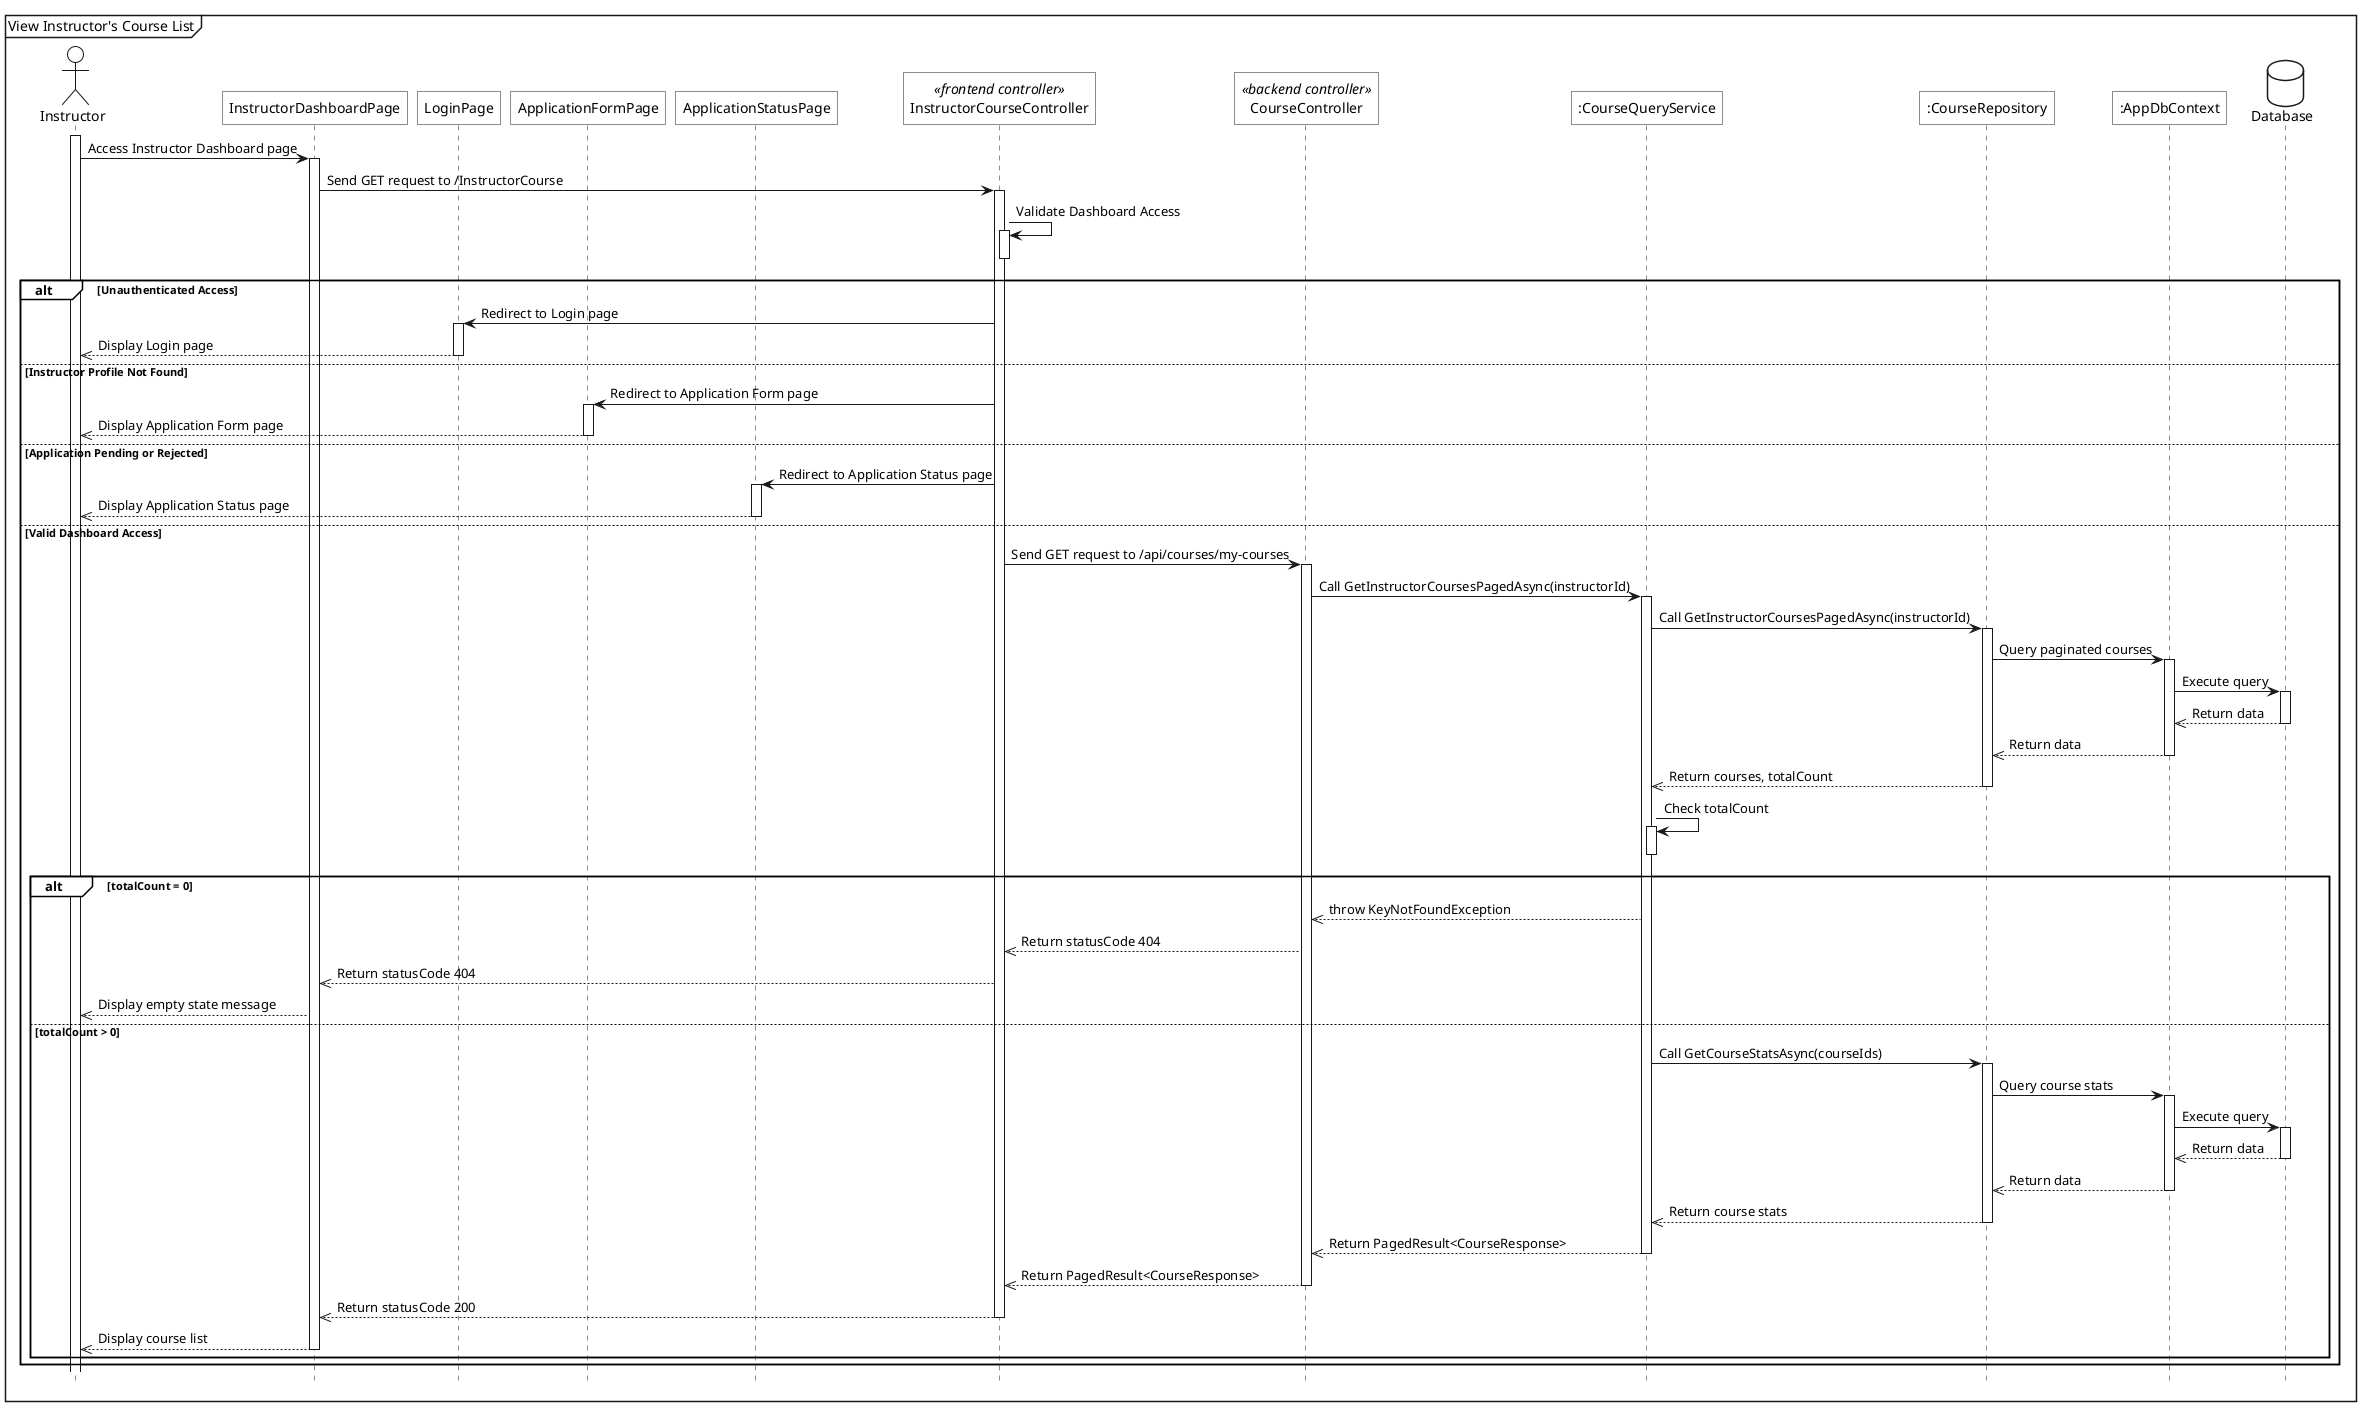
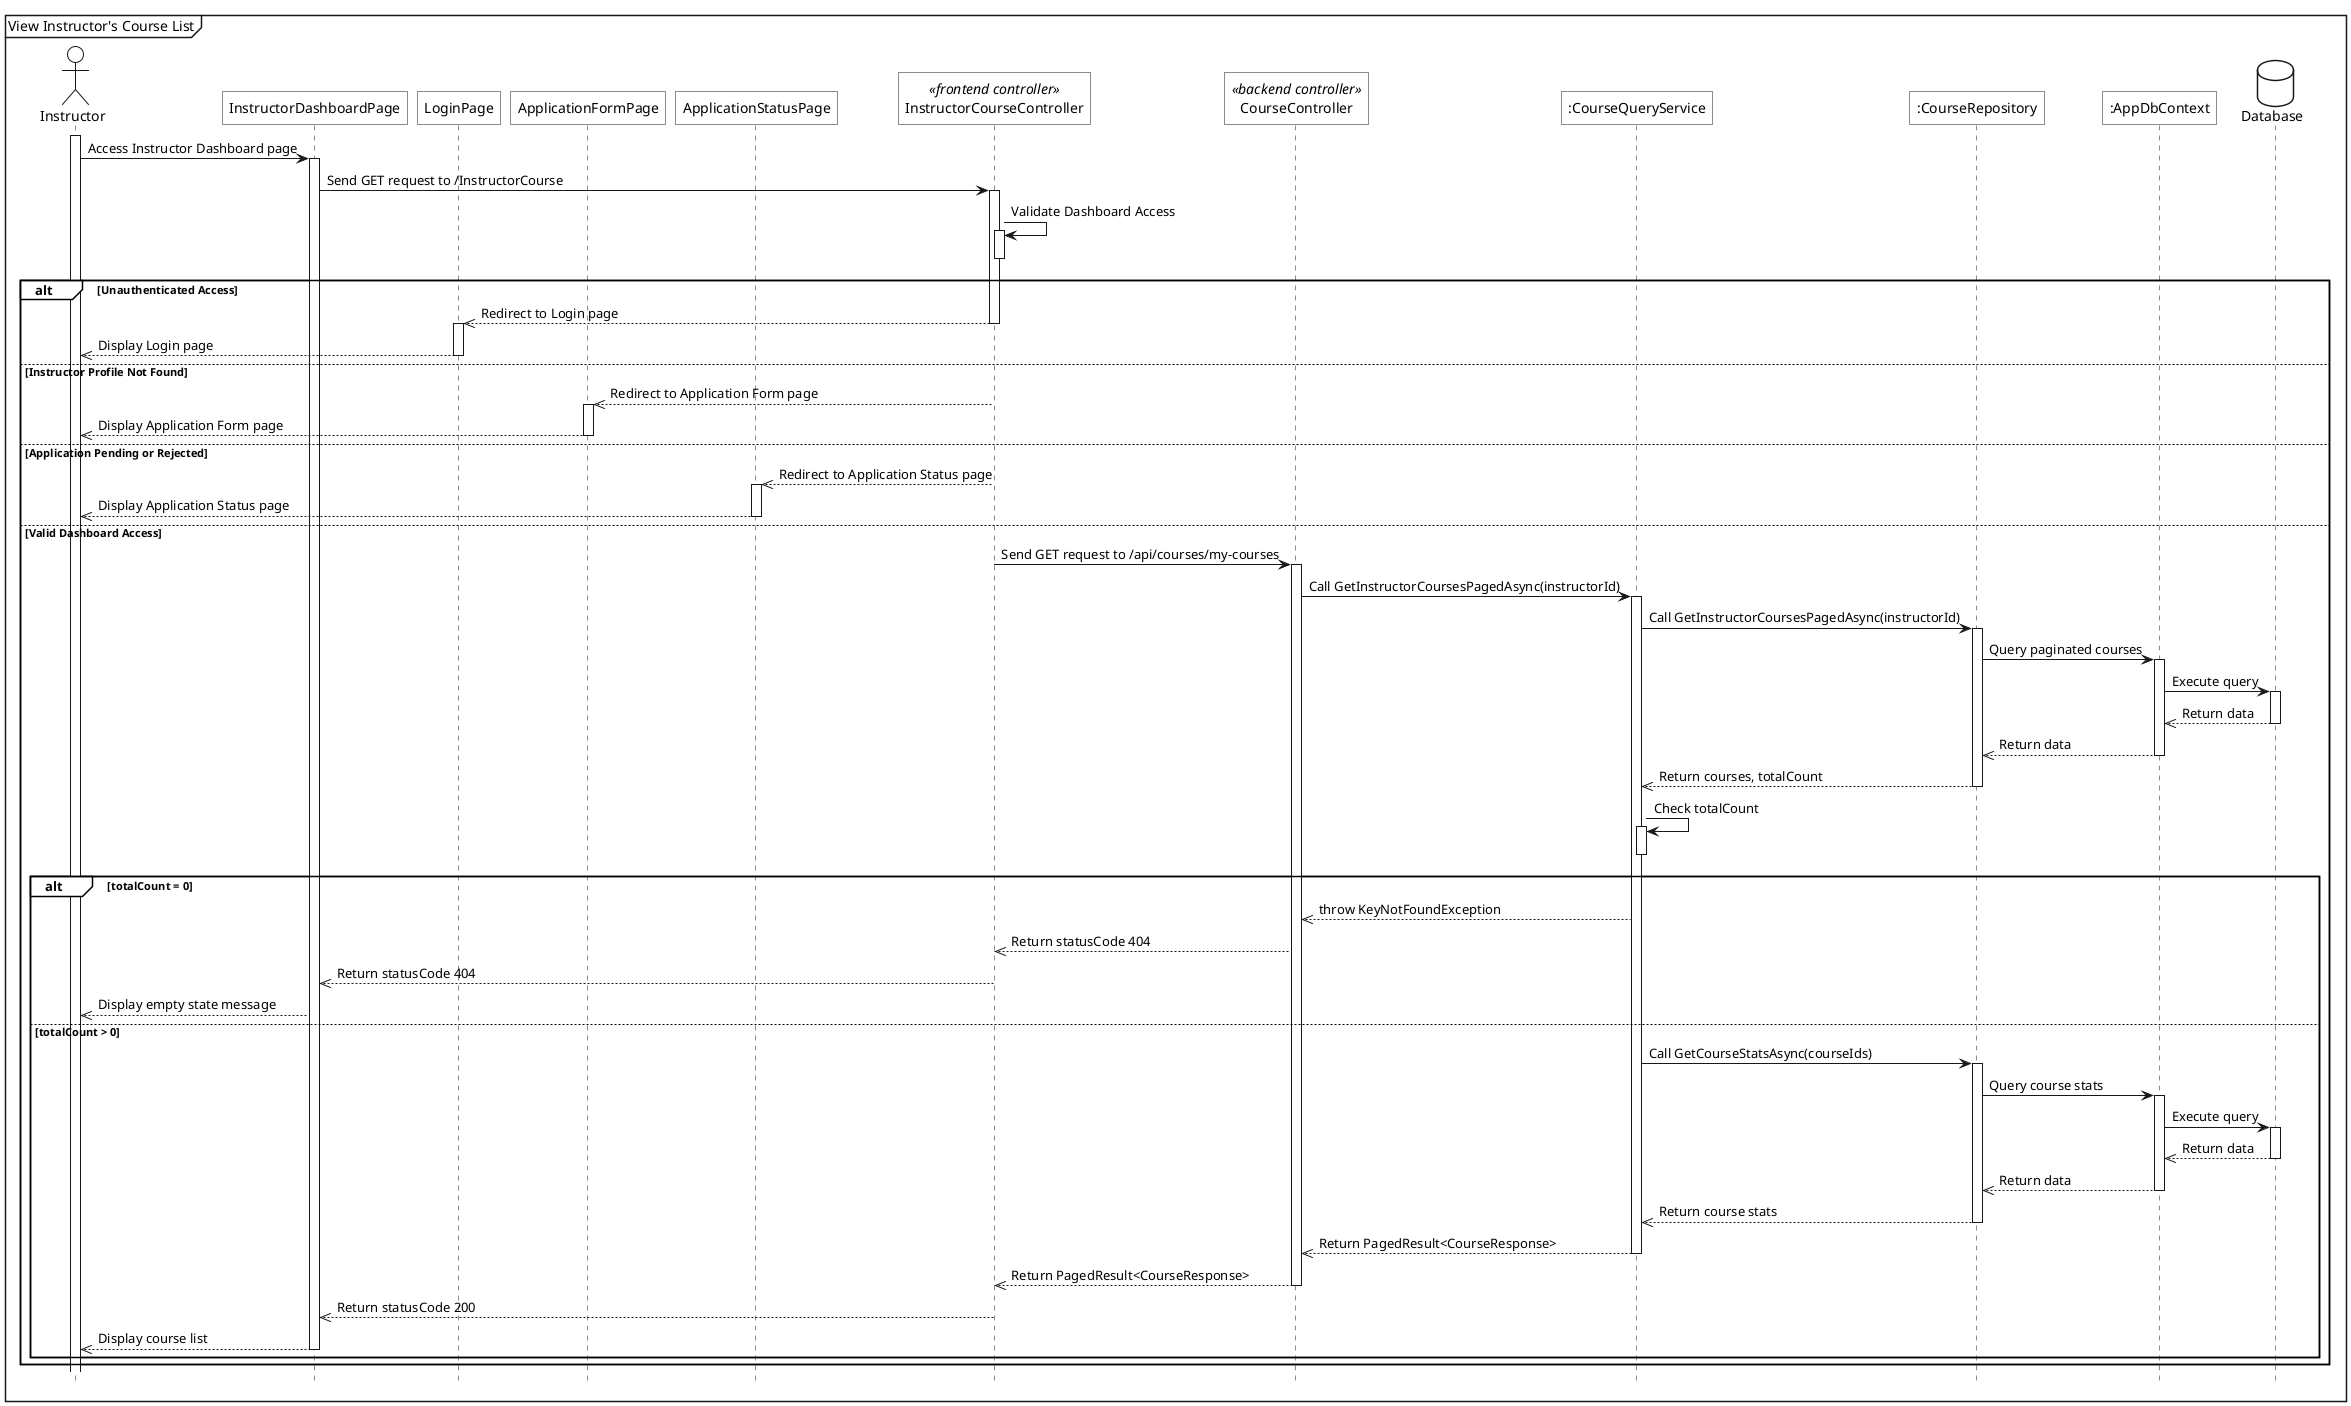
@startuml
<style>
    sequenceDiagram{
        actor{
            BackgroundColor white
            LineThickness 1.0
        }
        participant{
            BackgroundColor white
            RoundCorner 0
        }
        database{
            BackgroundColor white
        }
        groupHeader{
            BackgroundColor white
        }
        referenceHeader{
            BackgroundColor white
        }
        reference{
            BackgroundColor white
        }
    }
</style>

hide footbox

mainframe View Instructor's Course List

actor Instructor as act
participant "InstructorDashboardPage" as view
participant "LoginPage" as login_view
participant "ApplicationFormPage" as apply_view
participant "ApplicationStatusPage" as status_view
participant "InstructorCourseController" as fe_ctrl <<frontend controller>>
participant "CourseController" as be_course_ctrl <<backend controller>>
participant ":CourseQueryService" as course_sv
participant ":CourseRepository" as course_repo
participant ":AppDbContext" as ctx
database Database as db

act++
act -> view++: Access Instructor Dashboard page
view -> fe_ctrl++: Send GET request to /InstructorCourse

fe_ctrl -> fe_ctrl++: Validate Dashboard Access
fe_ctrl--
- ' redirection should use solid arrow with thick head, you basically request that page, am I right ?
alt Unauthenticated Access
-     fe_ctrl -> login_view++: Redirect to Login page
+     fe_ctrl -->> login_view--: Redirect to Login page
+     activate login_view
    login_view -->> act--: Display Login page
else Instructor Profile Not Found
-     fe_ctrl -> apply_view++: Redirect to Application Form page
+     fe_ctrl -->> apply_view--: Redirect to Application Form page
+     activate apply_view
    apply_view -->> act--: Display Application Form page
else Application Pending or Rejected
-     fe_ctrl -> status_view++: Redirect to Application Status page
+     fe_ctrl -->> status_view--: Redirect to Application Status page
+     activate status_view
    status_view -->> act--: Display Application Status page
else Valid Dashboard Access
    fe_ctrl -> be_course_ctrl++: Send GET request to /api/courses/my-courses
    be_course_ctrl -> course_sv++: Call GetInstructorCoursesPagedAsync(instructorId)

    course_sv -> course_repo++: Call GetInstructorCoursesPagedAsync(instructorId)
    course_repo -> ctx++: Query paginated courses
    ctx -> db++: Execute query
    db -->> ctx--: Return data
    ctx -->> course_repo--: Return data
    course_repo -->> course_sv--: Return courses, totalCount
    course_sv -> course_sv++: Check totalCount
    course_sv--


    alt totalCount = 0
        course_sv -->> be_course_ctrl: throw KeyNotFoundException
        be_course_ctrl -->> fe_ctrl: Return statusCode 404
        fe_ctrl -->> view: Return statusCode 404
        view -->> act: Display empty state message
    else totalCount > 0

    course_sv -> course_repo++: Call GetCourseStatsAsync(courseIds)
    course_repo -> ctx++: Query course stats
    ctx -> db++: Execute query


    db -->> ctx--: Return data
    ctx -->> course_repo--: Return data
    course_repo -->> course_sv--: Return course stats

    course_sv -->> be_course_ctrl--: Return PagedResult<CourseResponse>
    be_course_ctrl -->> fe_ctrl--: Return PagedResult<CourseResponse>

        fe_ctrl -->> view--: Return statusCode 200
        view -->> act--: Display course list


    end
end
@enduml
